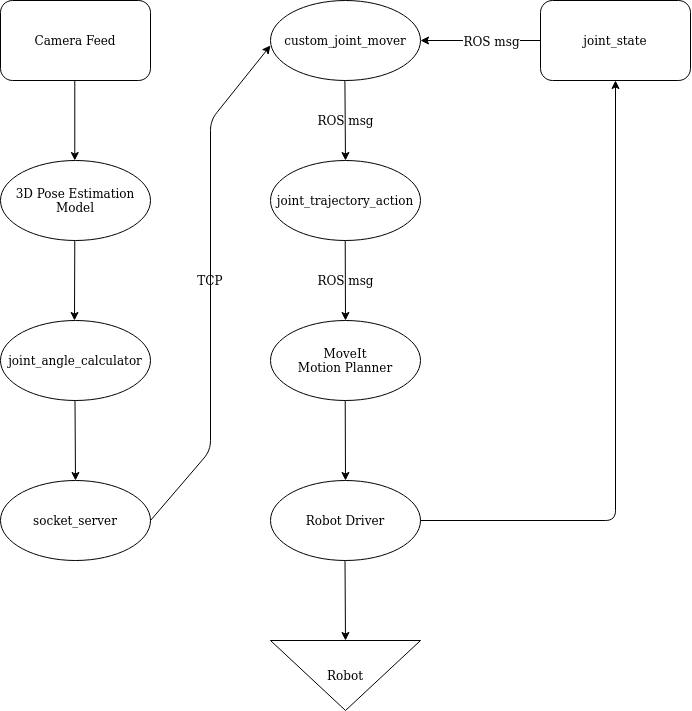
Before: example_gifs/flowchart.png, a diagram exported from draw.io (jasongedev/robot-teleop). Source tidied: cells renumbered, new cells last; positions are measured from the earlier drawing's top-left corner, leaving out a move shared by most shapes.
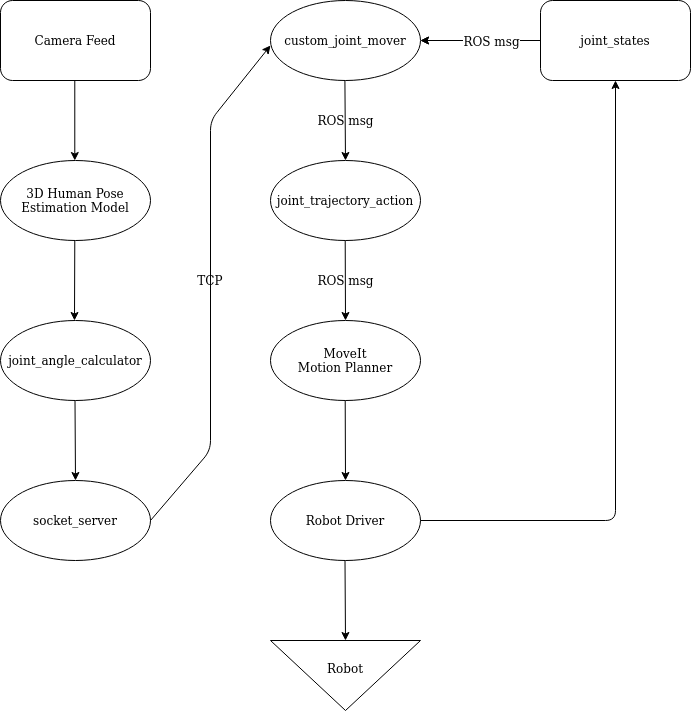
Later version of the same file.

Commit message:
fixed flowchart text

Change to the diagram source:
```diff
@@ -5,7 +5,7 @@
     <mxCell id="2" value="Camera Feed" style="rounded=1;whiteSpace=wrap;html=1;" parent="1" vertex="1">
       <mxGeometry width="150" height="80" as="geometry" />
     </mxCell>
-    <mxCell id="3" value="3D Pose Estimation Model" style="ellipse;whiteSpace=wrap;html=1;" parent="1" vertex="1">
+    <mxCell id="3" value="3D Human Pose Estimation Model" style="ellipse;whiteSpace=wrap;html=1;" parent="1" vertex="1">
       <mxGeometry y="160" width="150" height="80" as="geometry" />
     </mxCell>
     <mxCell id="4" value="joint_angle_calculator" style="ellipse;whiteSpace=wrap;html=1;" parent="1" vertex="1">
@@ -14,13 +14,16 @@
     <mxCell id="5" value="&lt;div&gt;socket_server&lt;/div&gt;" style="ellipse;whiteSpace=wrap;html=1;" parent="1" vertex="1">
       <mxGeometry y="480" width="150" height="80" as="geometry" />
     </mxCell>
+    <mxCell id="26" style="edgeStyle=orthogonalEdgeStyle;rounded=0;jettySize=auto;html=1;" parent="1" edge="1" source="6" target="7">
+      <mxGeometry relative="1" as="geometry" />
+    </mxCell>
-    <mxCell id="6" value="joint_state" style="rounded=1;whiteSpace=wrap;html=1;" parent="1" vertex="1">
+    <mxCell id="6" value="joint_states" style="rounded=1;whiteSpace=wrap;html=1;" parent="1" vertex="1">
       <mxGeometry x="540" width="150" height="80" as="geometry" />
     </mxCell>
     <mxCell id="7" value="&lt;div&gt;custom_joint_mover&lt;/div&gt;" style="ellipse;whiteSpace=wrap;html=1;" parent="1" vertex="1">
       <mxGeometry x="270" width="150" height="80" as="geometry" />
     </mxCell>
-    <mxCell id="8" value="Robot" style="triangle;whiteSpace=wrap;html=1;direction=south;" parent="1" vertex="1">
+    <mxCell id="8" value="&lt;div&gt;Robot&lt;/div&gt;&lt;div&gt;&lt;br&gt;&lt;/div&gt;" style="triangle;whiteSpace=wrap;html=1;direction=south;" parent="1" vertex="1">
       <mxGeometry x="270" y="640" width="150" height="70" as="geometry" />
     </mxCell>
     <mxCell id="9" value="&lt;div&gt;joint_trajectory_action&lt;/div&gt;" style="ellipse;whiteSpace=wrap;html=1;" parent="1" vertex="1">
@@ -73,7 +76,7 @@
         <mxPoint x="420" y="40" as="targetPoint" />
       </mxGeometry>
     </mxCell>
-    <mxCell id="18" value="&lt;font style=&quot;font-size: 12px&quot;&gt;ROS msg&lt;/font&gt;" style="edgeLabel;html=1;align=center;verticalAlign=middle;" parent="17" vertex="1">
+    <mxCell id="18" value="ROS msg" style="edgeLabel;html=1;align=center;verticalAlign=middle;fontSize=12;" parent="17" vertex="1">
       <mxGeometry x="-0.25" y="5" relative="1" as="geometry">
         <mxPoint x="-5.2" y="-5" as="offset" />
       </mxGeometry>
```
